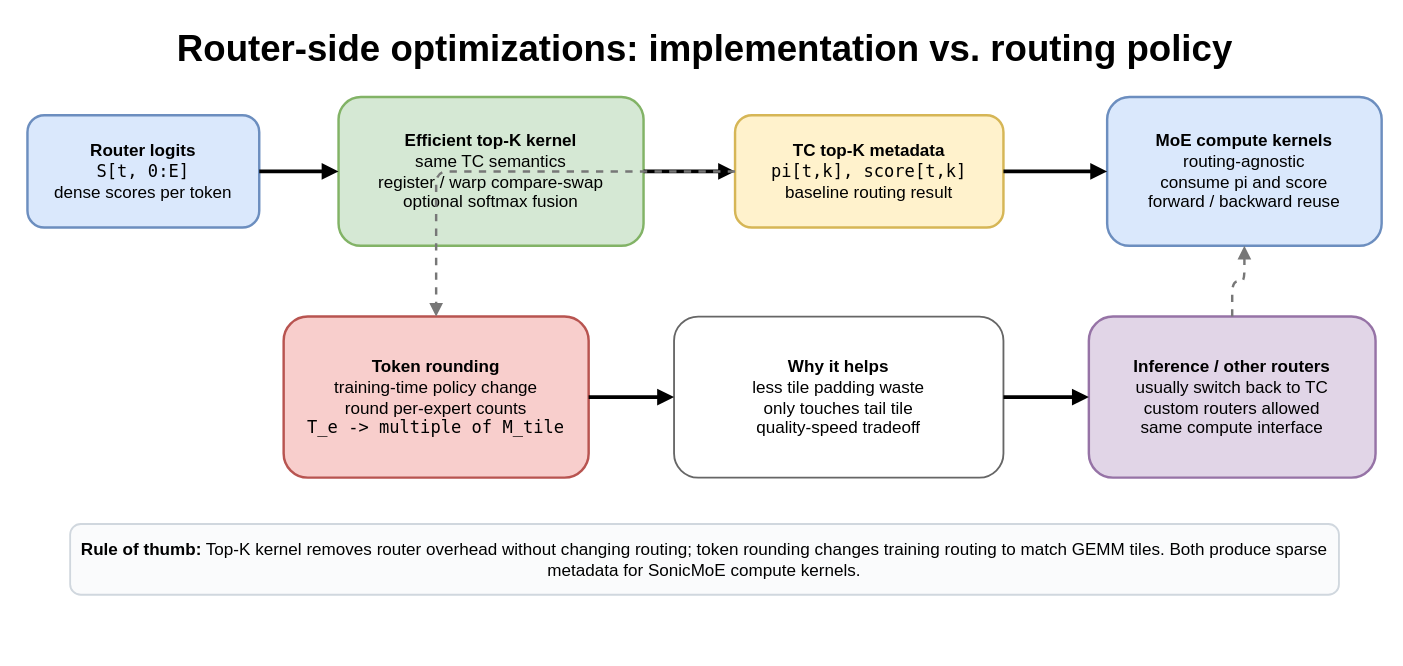
Earlier version of the draw.io diagram static/drawio/2026-04-27-sonicmoe-blackwell-深度解读-fine-grained-moe-kernel-的算法-软件-硬件三层堆叠/figures/F6.drawio (cassiewilliam/blog). Source tidied: cells renumbered, new cells numbered last; positions are measured from the earlier drawing's top-left corner, leaving out a move shared by most shapes. Both pictures are drawn from the tidied source at 122%, with x=0, y=0 at pixel (27, 23).
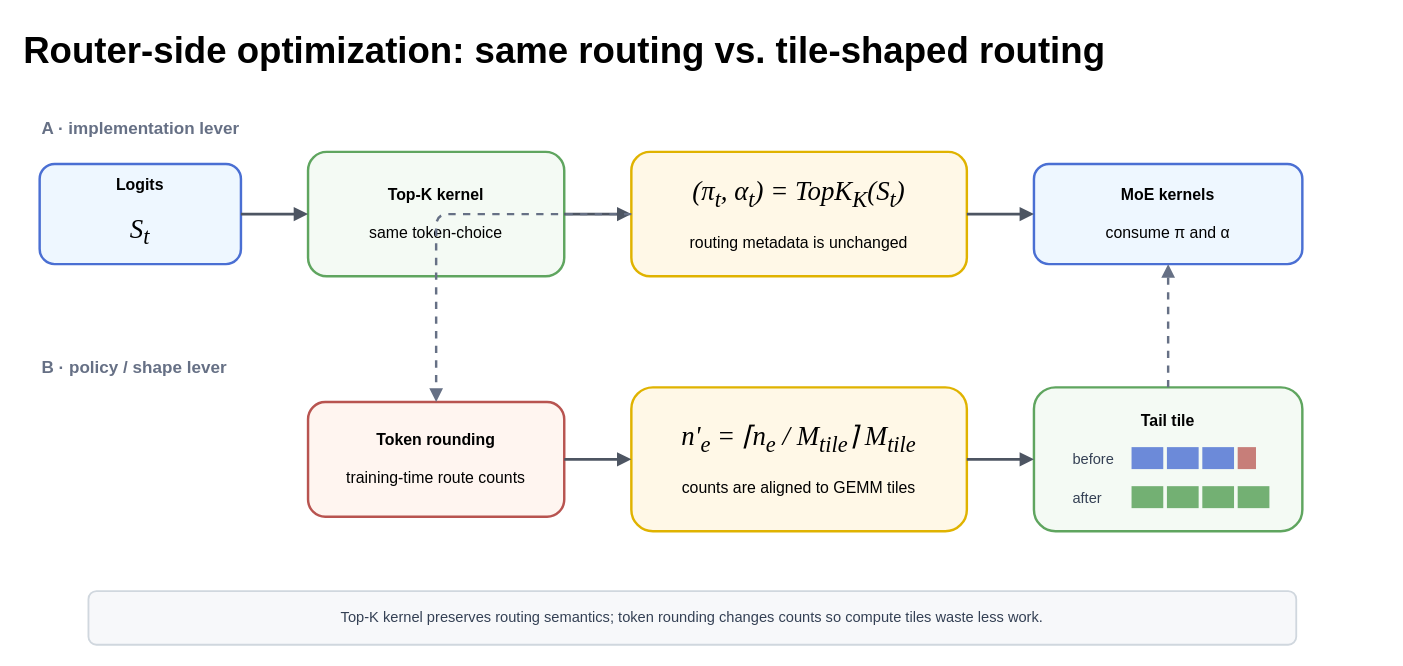
After the change.

Commit message (it also covers changes not shown here):
Redesign SonicMoE router optimization figure

Diff of the diagram source:
```diff
@@
-    <mxCell id="2" value="Router-side optimizations: implementation vs. routing policy" style="text;html=1;strokeColor=none;fillColor=none;align=center;verticalAlign=middle;fontFamily=Helvetica;fontSize=30;fontStyle=1;" parent="1" vertex="1">
-      <mxGeometry x="75" width="960" height="40" as="geometry" />
-    </mxCell>
-    <mxCell id="3" value="&lt;b&gt;Router logits&lt;/b&gt;&lt;br&gt;&lt;font face=&quot;Menlo&quot;&gt;S[t, 0:E]&lt;/font&gt;&lt;br&gt;dense scores per token" style="rounded=1;whiteSpace=wrap;html=1;fillColor=#dae8fc;strokeColor=#6c8ebf;strokeWidth=2;align=center;verticalAlign=middle;fontFamily=Helvetica;fontSize=14;" parent="1" vertex="1">
-      <mxGeometry y="75" width="190" height="92" as="geometry" />
-    </mxCell>
-    <mxCell id="4" value="&lt;b&gt;Efficient top-K kernel&lt;/b&gt;&lt;br&gt;same TC semantics&lt;br&gt;register / warp compare-swap&lt;br&gt;optional softmax fusion" style="rounded=1;whiteSpace=wrap;html=1;fillColor=#d5e8d4;strokeColor=#82b366;strokeWidth=2;align=center;verticalAlign=middle;fontFamily=Helvetica;fontSize=14;" parent="1" vertex="1">
-      <mxGeometry x="255" y="60" width="250" height="122" as="geometry" />
-    </mxCell>
-    <mxCell id="5" value="&lt;b&gt;TC top-K metadata&lt;/b&gt;&lt;br&gt;&lt;font face=&quot;Menlo&quot;&gt;pi[t,k], score[t,k]&lt;/font&gt;&lt;br&gt;baseline routing result" style="rounded=1;whiteSpace=wrap;html=1;fillColor=#fff2cc;strokeColor=#d6b656;strokeWidth=2;align=center;verticalAlign=middle;fontFamily=Helvetica;fontSize=14;" parent="1" vertex="1">
-      <mxGeometry x="580" y="75" width="220" height="92" as="geometry" />
-    </mxCell>
-    <mxCell id="6" value="&lt;b&gt;MoE compute kernels&lt;/b&gt;&lt;br&gt;routing-agnostic&lt;br&gt;consume pi and score&lt;br&gt;forward / backward reuse" style="rounded=1;whiteSpace=wrap;html=1;fillColor=#dae8fc;strokeColor=#6c8ebf;strokeWidth=2;align=center;verticalAlign=middle;fontFamily=Helvetica;fontSize=14;" parent="1" vertex="1">
-      <mxGeometry x="885" y="60" width="225" height="122" as="geometry" />
-    </mxCell>
+    <mxCell id="18" value="Router-side optimization: same routing vs. tile-shaped routing" style="text;html=1;strokeColor=none;fillColor=none;align=left;verticalAlign=middle;fontFamily=Helvetica;fontSize=30;fontStyle=1;" parent="1" vertex="1">
+      <mxGeometry x="-5" y="-2" width="1100" height="48" as="geometry" />
+    </mxCell>
+    <mxCell id="19" value="A · implementation lever" style="text;html=1;strokeColor=none;fillColor=none;align=left;verticalAlign=middle;fontFamily=Helvetica;fontSize=14;fontStyle=1;fontColor=#667085;" parent="1" vertex="1">
+      <mxGeometry x="10" y="72" width="260" height="28" as="geometry" />
+    </mxCell>
+    <mxCell id="20" value="&lt;b&gt;Logits&lt;/b&gt;&lt;br&gt;&lt;br&gt;&lt;font face=&quot;Times New Roman&quot; style=&quot;font-size: 22px;&quot;&gt;&lt;i&gt;S&lt;sub&gt;t&lt;/sub&gt;&lt;/i&gt;&lt;/font&gt;" style="rounded=1;whiteSpace=wrap;html=1;fillColor=#eef7ff;strokeColor=#4a6fd3;strokeWidth=2;align=center;verticalAlign=middle;fontFamily=Helvetica;fontSize=13;" parent="1" vertex="1">
+      <mxGeometry x="10" y="115" width="165" height="82" as="geometry" />
+    </mxCell>
+    <mxCell id="21" value="&lt;b&gt;Top-K kernel&lt;/b&gt;&lt;br&gt;&lt;br&gt;same token-choice" style="rounded=1;whiteSpace=wrap;html=1;fillColor=#f4faf4;strokeColor=#5fa55f;strokeWidth=2;align=center;verticalAlign=middle;fontFamily=Helvetica;fontSize=13;" parent="1" vertex="1">
+      <mxGeometry x="230" y="105" width="210" height="102" as="geometry" />
+    </mxCell>
+    <mxCell id="22" value="&lt;font face=&quot;Times New Roman&quot; style=&quot;font-size: 22px;&quot;&gt;&lt;i&gt;(π&lt;sub&gt;t&lt;/sub&gt;, α&lt;sub&gt;t&lt;/sub&gt;) = TopK&lt;sub&gt;K&lt;/sub&gt;(S&lt;sub&gt;t&lt;/sub&gt;)&lt;/i&gt;&lt;/font&gt;&lt;br&gt;&lt;br&gt;routing metadata is unchanged" style="rounded=1;whiteSpace=wrap;html=1;fillColor=#fff8e7;strokeColor=#e0b300;strokeWidth=2;align=center;verticalAlign=middle;fontFamily=Helvetica;fontSize=13;" parent="1" vertex="1">
+      <mxGeometry x="495" y="105" width="275" height="102" as="geometry" />
+    </mxCell>
+    <mxCell id="23" value="&lt;b&gt;MoE kernels&lt;/b&gt;&lt;br&gt;&lt;br&gt;consume π and α" style="rounded=1;whiteSpace=wrap;html=1;fillColor=#eef7ff;strokeColor=#4a6fd3;strokeWidth=2;align=center;verticalAlign=middle;fontFamily=Helvetica;fontSize=13;" parent="1" vertex="1">
+      <mxGeometry x="825" y="115" width="220" height="82" as="geometry" />
+    </mxCell>
-    <mxCell id="7" style="edgeStyle=orthogonalEdgeStyle;rounded=0;jettySize=auto;html=1;strokeWidth=3;endArrow=block;" parent="1" edge="1" source="3" target="4">
+    <mxCell id="7" style="edgeStyle=orthogonalEdgeStyle;rounded=0;jettySize=auto;html=1;strokeColor=#4d5562;strokeWidth=2.2;endArrow=block;" parent="1" edge="1" source="20" target="21">
       <mxGeometry relative="1" as="geometry" />
     </mxCell>
-    <mxCell id="8" style="edgeStyle=orthogonalEdgeStyle;rounded=0;jettySize=auto;html=1;strokeWidth=3;endArrow=block;" parent="1" edge="1" source="4" target="5">
+    <mxCell id="8" style="edgeStyle=orthogonalEdgeStyle;rounded=0;jettySize=auto;html=1;strokeColor=#4d5562;strokeWidth=2.2;endArrow=block;" parent="1" edge="1" source="21" target="22">
       <mxGeometry relative="1" as="geometry" />
     </mxCell>
-    <mxCell id="9" style="edgeStyle=orthogonalEdgeStyle;rounded=0;jettySize=auto;html=1;strokeWidth=3;endArrow=block;" parent="1" edge="1" source="5" target="6">
+    <mxCell id="9" style="edgeStyle=orthogonalEdgeStyle;rounded=0;jettySize=auto;html=1;strokeColor=#4d5562;strokeWidth=2.2;endArrow=block;" parent="1" edge="1" source="22" target="23">
       <mxGeometry relative="1" as="geometry" />
     </mxCell>
-    <mxCell id="10" value="&lt;b&gt;Token rounding&lt;/b&gt;&lt;br&gt;training-time policy change&lt;br&gt;round per-expert counts&lt;br&gt;&lt;font face=&quot;Menlo&quot;&gt;T_e -&amp;gt; multiple of M_tile&lt;/font&gt;" style="rounded=1;whiteSpace=wrap;html=1;fillColor=#f8cecc;strokeColor=#b85450;strokeWidth=2;align=center;verticalAlign=middle;fontFamily=Helvetica;fontSize=14;" parent="1" vertex="1">
-      <mxGeometry x="210" y="240" width="250" height="132" as="geometry" />
-    </mxCell>
-    <mxCell id="11" value="&lt;b&gt;Why it helps&lt;/b&gt;&lt;br&gt;less tile padding waste&lt;br&gt;only touches tail tile&lt;br&gt;quality-speed tradeoff" style="rounded=1;whiteSpace=wrap;html=1;fillColor=#ffffff;strokeColor=#666666;strokeWidth=1.5;align=center;verticalAlign=middle;fontFamily=Helvetica;fontSize=14;" parent="1" vertex="1">
-      <mxGeometry x="530" y="240" width="270" height="132" as="geometry" />
-    </mxCell>
-    <mxCell id="12" value="&lt;b&gt;Inference / other routers&lt;/b&gt;&lt;br&gt;usually switch back to TC&lt;br&gt;custom routers allowed&lt;br&gt;same compute interface" style="rounded=1;whiteSpace=wrap;html=1;fillColor=#e1d5e7;strokeColor=#9673a6;strokeWidth=2;align=center;verticalAlign=middle;fontFamily=Helvetica;fontSize=14;" parent="1" vertex="1">
-      <mxGeometry x="870" y="240" width="235" height="132" as="geometry" />
-    </mxCell>
+    <mxCell id="24" value="B · policy / shape lever" style="text;html=1;strokeColor=none;fillColor=none;align=left;verticalAlign=middle;fontFamily=Helvetica;fontSize=14;fontStyle=1;fontColor=#667085;" parent="1" vertex="1">
+      <mxGeometry x="10" y="268" width="260" height="28" as="geometry" />
+    </mxCell>
+    <mxCell id="25" value="&lt;b&gt;Token rounding&lt;/b&gt;&lt;br&gt;&lt;br&gt;training-time route counts" style="rounded=1;whiteSpace=wrap;html=1;fillColor=#fff5f0;strokeColor=#b85450;strokeWidth=2;align=center;verticalAlign=middle;fontFamily=Helvetica;fontSize=13;" parent="1" vertex="1">
+      <mxGeometry x="230" y="310" width="210" height="94" as="geometry" />
+    </mxCell>
+    <mxCell id="26" value="&lt;font face=&quot;Times New Roman&quot; style=&quot;font-size: 22px;&quot;&gt;&lt;i&gt;n'&lt;sub&gt;e&lt;/sub&gt; = ⌈n&lt;sub&gt;e&lt;/sub&gt; / M&lt;sub&gt;tile&lt;/sub&gt;⌉ M&lt;sub&gt;tile&lt;/sub&gt;&lt;/i&gt;&lt;/font&gt;&lt;br&gt;&lt;br&gt;counts are aligned to GEMM tiles" style="rounded=1;whiteSpace=wrap;html=1;fillColor=#fff8e7;strokeColor=#e0b300;strokeWidth=2;align=center;verticalAlign=middle;fontFamily=Helvetica;fontSize=13;" parent="1" vertex="1">
+      <mxGeometry x="495" y="298" width="275" height="118" as="geometry" />
+    </mxCell>
+    <mxCell id="27" value="&lt;b&gt;Tail tile&lt;/b&gt;" style="rounded=1;whiteSpace=wrap;html=1;fillColor=#f4faf4;strokeColor=#5fa55f;strokeWidth=2;align=center;verticalAlign=top;fontFamily=Helvetica;fontSize=13;spacingTop=13;" parent="1" vertex="1">
+      <mxGeometry x="825" y="298" width="220" height="118" as="geometry" />
+    </mxCell>
+    <mxCell id="28" value="before" style="text;html=1;strokeColor=none;fillColor=none;align=left;verticalAlign=middle;fontFamily=Helvetica;fontSize=12;fontColor=#344054;" parent="1" vertex="1">
+      <mxGeometry x="855" y="345" width="55" height="24" as="geometry" />
+    </mxCell>
+    <mxCell id="29" value="after" style="text;html=1;strokeColor=none;fillColor=none;align=left;verticalAlign=middle;fontFamily=Helvetica;fontSize=12;fontColor=#344054;" parent="1" vertex="1">
+      <mxGeometry x="855" y="377" width="55" height="24" as="geometry" />
+    </mxCell>
+    <mxCell id="30" style="rounded=0;whiteSpace=wrap;html=1;fillColor=#4a6fd3;strokeColor=none;opacity=80;" parent="1" vertex="1">
+      <mxGeometry x="905" y="347" width="26" height="18" as="geometry" />
+    </mxCell>
+    <mxCell id="31" style="rounded=0;whiteSpace=wrap;html=1;fillColor=#4a6fd3;strokeColor=none;opacity=80;" parent="1" vertex="1">
+      <mxGeometry x="934" y="347" width="26" height="18" as="geometry" />
+    </mxCell>
+    <mxCell id="32" style="rounded=0;whiteSpace=wrap;html=1;fillColor=#4a6fd3;strokeColor=none;opacity=80;" parent="1" vertex="1">
+      <mxGeometry x="963" y="347" width="26" height="18" as="geometry" />
+    </mxCell>
+    <mxCell id="33" style="rounded=0;whiteSpace=wrap;html=1;fillColor=#b85450;strokeColor=none;opacity=75;" parent="1" vertex="1">
+      <mxGeometry x="992" y="347" width="15" height="18" as="geometry" />
+    </mxCell>
+    <mxCell id="34" style="rounded=0;whiteSpace=wrap;html=1;fillColor=#5fa55f;strokeColor=none;opacity=86;" parent="1" vertex="1">
+      <mxGeometry x="905" y="379" width="26" height="18" as="geometry" />
+    </mxCell>
+    <mxCell id="35" style="rounded=0;whiteSpace=wrap;html=1;fillColor=#5fa55f;strokeColor=none;opacity=86;" parent="1" vertex="1">
+      <mxGeometry x="934" y="379" width="26" height="18" as="geometry" />
+    </mxCell>
+    <mxCell id="36" style="rounded=0;whiteSpace=wrap;html=1;fillColor=#5fa55f;strokeColor=none;opacity=86;" parent="1" vertex="1">
+      <mxGeometry x="963" y="379" width="26" height="18" as="geometry" />
+    </mxCell>
+    <mxCell id="37" style="rounded=0;whiteSpace=wrap;html=1;fillColor=#5fa55f;strokeColor=none;opacity=86;" parent="1" vertex="1">
+      <mxGeometry x="992" y="379" width="26" height="18" as="geometry" />
+    </mxCell>
-    <mxCell id="13" style="edgeStyle=orthogonalEdgeStyle;rounded=1;dashed=1;html=1;strokeWidth=2;endArrow=block;strokeColor=#777777;" parent="1" edge="1" source="5" target="10">
+    <mxCell id="13" style="edgeStyle=orthogonalEdgeStyle;rounded=1;dashed=1;html=1;strokeColor=#667085;strokeWidth=2;endArrow=block;" parent="1" edge="1" source="22" target="25">
       <mxGeometry relative="1" as="geometry" />
     </mxCell>
-    <mxCell id="14" style="edgeStyle=orthogonalEdgeStyle;rounded=0;html=1;strokeWidth=3;endArrow=block;" parent="1" edge="1" source="10" target="11">
+    <mxCell id="14" style="edgeStyle=orthogonalEdgeStyle;rounded=0;html=1;strokeColor=#4d5562;strokeWidth=2.2;endArrow=block;" parent="1" edge="1" source="25" target="26">
       <mxGeometry relative="1" as="geometry" />
     </mxCell>
-    <mxCell id="15" style="edgeStyle=orthogonalEdgeStyle;rounded=0;html=1;strokeWidth=3;endArrow=block;" parent="1" edge="1" source="11" target="12">
+    <mxCell id="15" style="edgeStyle=orthogonalEdgeStyle;rounded=0;html=1;strokeColor=#4d5562;strokeWidth=2.2;endArrow=block;" parent="1" edge="1" source="26" target="27">
       <mxGeometry relative="1" as="geometry" />
     </mxCell>
-    <mxCell id="16" style="edgeStyle=orthogonalEdgeStyle;rounded=1;dashed=1;html=1;strokeWidth=2;endArrow=block;strokeColor=#777777;" parent="1" edge="1" source="12" target="6">
+    <mxCell id="16" style="edgeStyle=orthogonalEdgeStyle;rounded=1;dashed=1;html=1;strokeColor=#667085;strokeWidth=2;endArrow=block;" parent="1" edge="1" source="27" target="23">
       <mxGeometry relative="1" as="geometry" />
     </mxCell>
-    <mxCell id="17" value="&lt;b&gt;Rule of thumb:&lt;/b&gt; Top-K kernel removes router overhead without changing routing; token rounding changes training routing to match GEMM tiles. Both produce sparse metadata for SonicMoE compute kernels." style="rounded=1;whiteSpace=wrap;html=1;fillColor=#fafbfc;strokeColor=#d0d7de;strokeWidth=1.5;align=center;verticalAlign=middle;fontFamily=Helvetica;fontSize=14;" parent="1" vertex="1">
-      <mxGeometry x="35" y="410" width="1040" height="58" as="geometry" />
-    </mxCell>
+    <mxCell id="38" value="Top-K kernel preserves routing semantics; token rounding changes counts so compute tiles waste less work." style="rounded=1;whiteSpace=wrap;html=1;fillColor=#f7f8fa;strokeColor=#d0d7de;strokeWidth=1.5;align=center;verticalAlign=middle;fontFamily=Helvetica;fontSize=12;fontColor=#344054;" parent="1" vertex="1">
+      <mxGeometry x="50" y="465" width="990" height="44" as="geometry" />
+    </mxCell>
```
